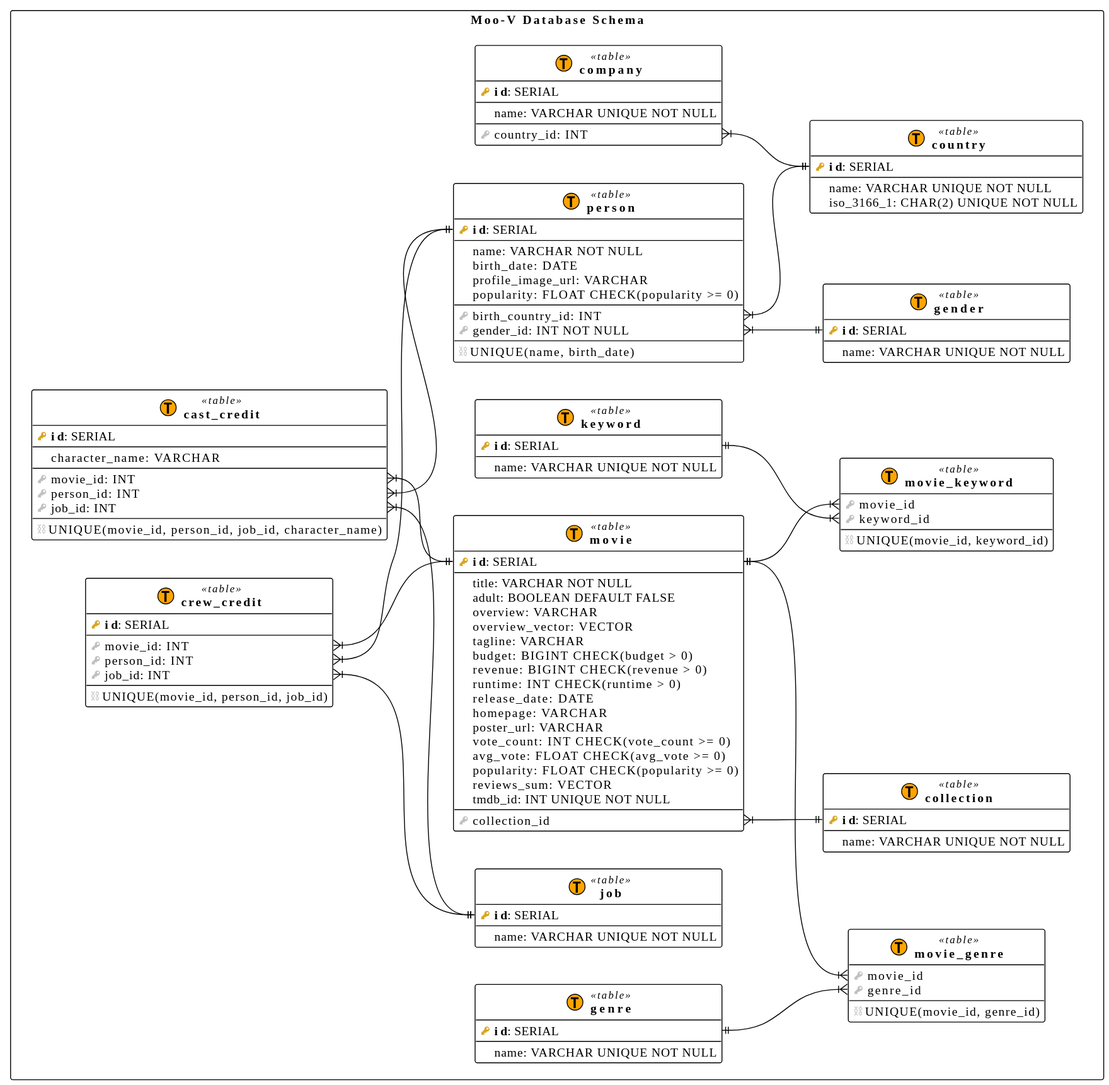
Moo-V-project/database keeps this PlantUML diagram as schema/moo-v-db.svg. Above is the earlier version.
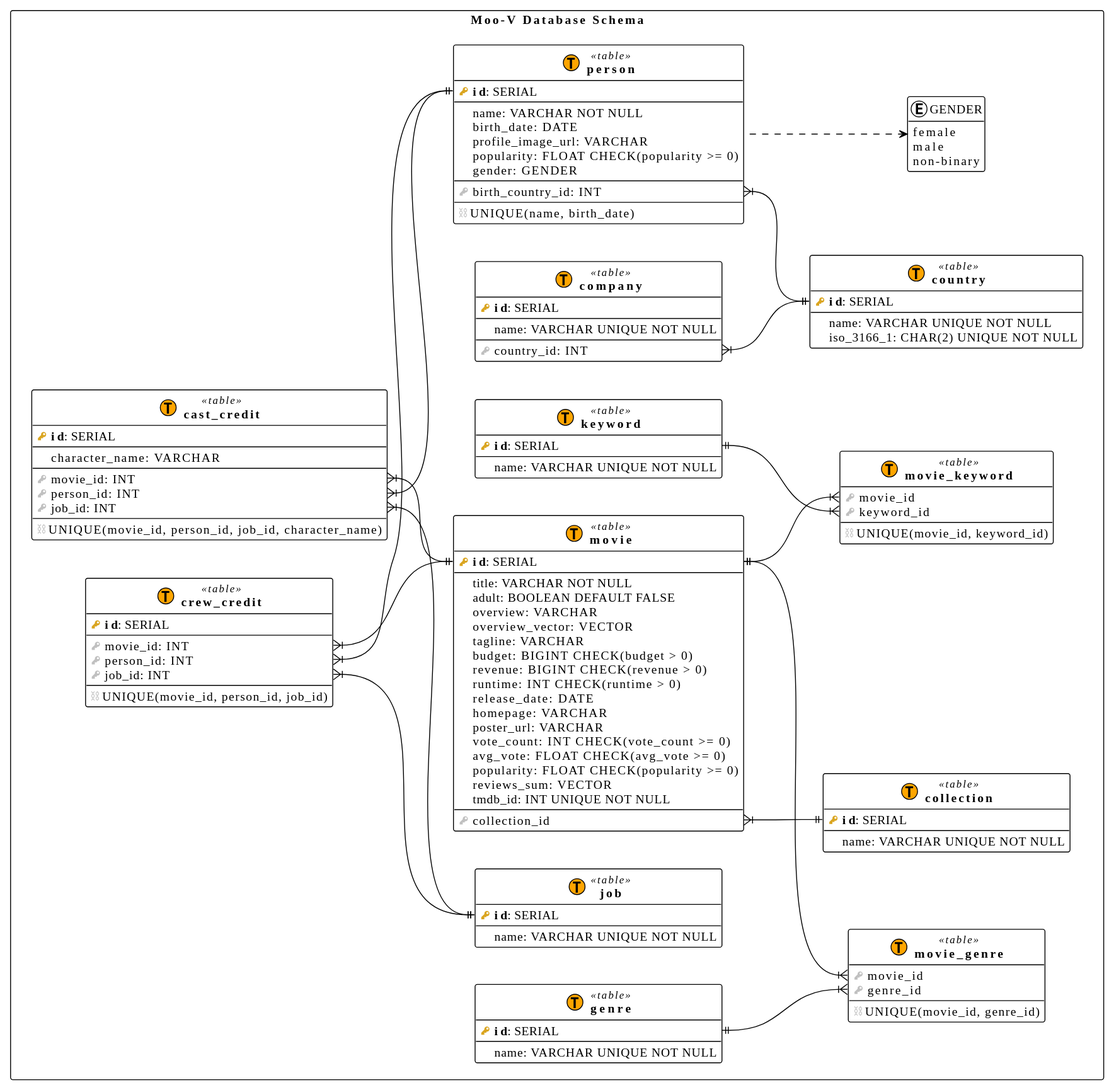
Later version of the same file.

Commit message:
schema: replace the gender table with a enum (#12)

What changed in the source:
```diff
@@ -108,10 +108,10 @@
 }
 
 
-$table(gender, gender) {
-	$pk(id): SERIAL
-	--
-	$column(name): VARCHAR UNIQUE NOT NULL
+enum GENDER {
+	female
+	male
+	non-binary
 }
 
 
@@ -122,14 +122,14 @@
 	$column(birth_date): DATE			/' Date of birth '/
 	$column(profile_image_url): VARCHAR	/' URL of the profile image '/
 	$column(popularity): FLOAT CHECK(popularity >= 0)
+	$column(gender): GENDER
 	--
 	$fk(birth_country_id): INT			/' Foreign key to country of birth '/
-	$fk(gender_id): INT NOT NULL		/' Foreign key to gender '/
 	--
 	$constraint("UNIQUE(name, birth_date)")	/' Unique constraint to avoid duplicates '/
 }
 person::birth_country_id }|--|| country::id
-person::gender_id }|--|| gender::id
+person::gender_id ..> GENDER
 
 
 $table(job, job) {
```
